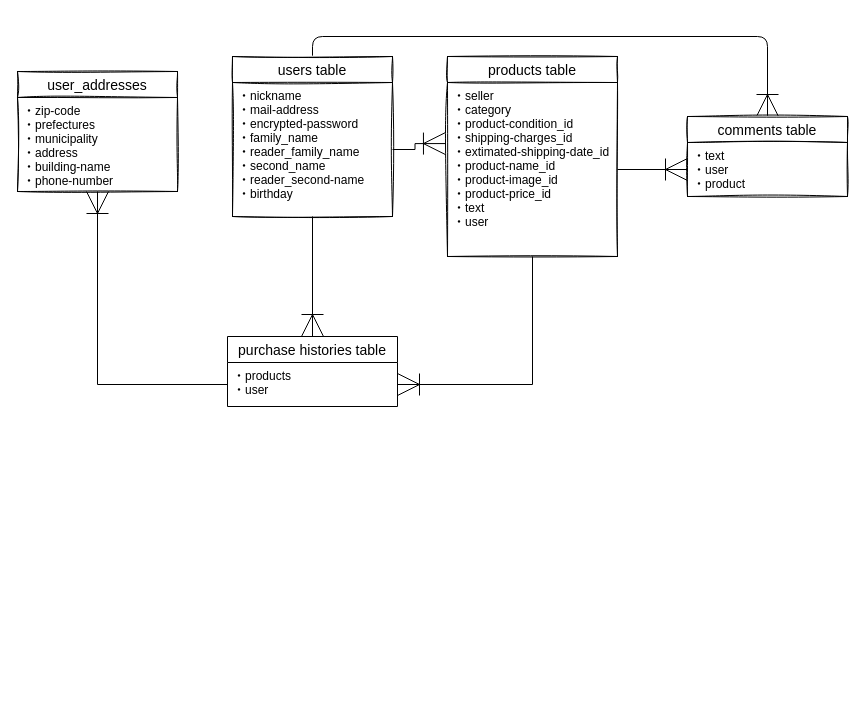
Earlier version of the draw.io diagram furima.dio (jaxzzxaj/furima-33994). Source tidied: cells renumbered, new cells numbered last; positions are measured from the earlier drawing's top-left corner, leaving out a move shared by most shapes. Both pictures are drawn from the tidied source at 100%, with x=0, y=0 at pixel (17, 56).
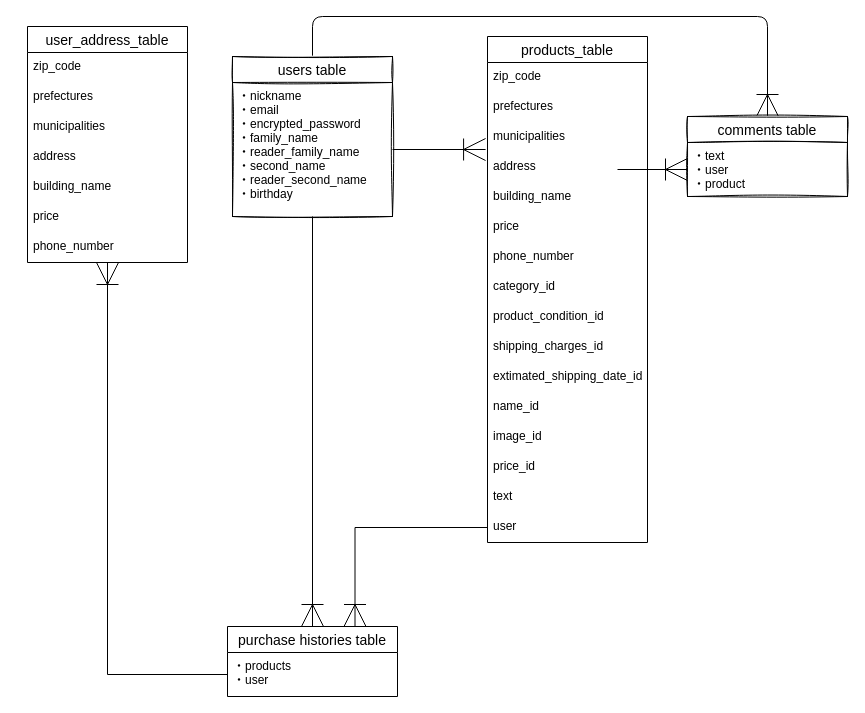
Above is the later version.

The change refers to these unchanged cells:
```xml
<mxCell id="3" value="users table" style="swimlane;fontStyle=0;horizontal=1;startSize=26;align=center;fontSize=14;rounded=0;sketch=1;" parent="1" vertex="1">
  <mxGeometry x="215" width="160" height="160" as="geometry" />
</mxCell>
<mxCell id="7" value="comments table" style="swimlane;fontStyle=0;horizontal=1;startSize=26;align=center;fontSize=14;rounded=0;sketch=1;" parent="1" vertex="1">
  <mxGeometry x="670" y="60" width="160" height="80" as="geometry" />
</mxCell>
<mxCell id="8" value="・text&#10;・user&#10;・product&#10;" style="text;strokeColor=none;fillColor=none;spacingLeft=4;spacingRight=4;overflow=hidden;points=[[0,0.5],[1,0.5]];portConstraint=eastwest;fontSize=12;sketch=0;shadow=0;" parent="7" vertex="1">
  <mxGeometry y="26" width="160" height="54" as="geometry" />
</mxCell>
<mxCell id="14" value="・products&#10;・user" style="text;strokeColor=none;fillColor=none;spacingLeft=4;spacingRight=4;overflow=hidden;points=[[0,0.5],[1,0.5]];portConstraint=eastwest;fontSize=12;" parent="13" vertex="1">
  <mxGeometry y="26" width="170" height="44" as="geometry" />
</mxCell>
```

The edit, as a diff of the source:
```diff
@@
     <mxCell id="2" style="edgeStyle=orthogonalEdgeStyle;rounded=1;sketch=0;jettySize=auto;html=1;exitX=0.5;exitY=0;exitDx=0;exitDy=0;entryX=0.5;entryY=0;entryDx=0;entryDy=0;startSize=20;endArrow=ERoneToMany;endFill=0;endSize=20;" parent="1" edge="1" source="3" target="7">
-      <mxGeometry relative="1" as="geometry" />
+      <mxGeometry relative="1" as="geometry">
+        <Array as="points">
+          <mxPoint x="295" y="-40" />
+          <mxPoint x="750" y="-40" />
+        </Array>
+      </mxGeometry>
     </mxCell>
@@
-    <mxCell id="4" value="・nickname&#10;・mail-address&#10;・encrypted-password&#10;・family_name&#10;・reader_family_name&#10;・second_name&#10;・reader_second-name&#10;・birthday&#10;" style="text;strokeColor=none;fillColor=none;spacingLeft=4;spacingRight=4;overflow=hidden;points=[[0,0.5],[1,0.5]];portConstraint=eastwest;fontSize=12;" parent="3" vertex="1">
+    <mxCell id="4" value="・nickname&#10;・email&#10;・encrypted_password&#10;・family_name&#10;・reader_family_name&#10;・second_name&#10;・reader_second_name&#10;・birthday&#10;" style="text;strokeColor=none;fillColor=none;spacingLeft=4;spacingRight=4;overflow=hidden;points=[[0,0.5],[1,0.5]];portConstraint=eastwest;fontSize=12;" parent="3" vertex="1">
       <mxGeometry y="26" width="160" height="134" as="geometry" />
     </mxCell>
-    <mxCell id="5" value="products table" style="swimlane;fontStyle=0;horizontal=1;startSize=26;align=center;fontSize=14;rounded=0;sketch=1;" parent="1" vertex="1">
-      <mxGeometry x="430" width="170" height="200" as="geometry" />
-    </mxCell>
-    <mxCell id="6" value="・seller&#10;・category&#10;・product-condition_id&#10;・shipping-charges_id&#10;・extimated-shipping-date_id&#10;・product-name_id&#10;・product-image_id&#10;・product-price_id&#10;・text&#10;・user" style="text;strokeColor=none;fillColor=none;spacingLeft=4;spacingRight=4;overflow=hidden;points=[[0,0.5],[1,0.5]];portConstraint=eastwest;fontSize=12;sketch=0;shadow=0;" parent="5" vertex="1">
-      <mxGeometry y="26" width="170" height="174" as="geometry" />
-    </mxCell>
@@
-    <mxCell id="9" value="user_addresses" style="swimlane;fontStyle=0;horizontal=1;startSize=26;align=center;fontSize=14;rounded=0;sketch=1;" parent="1" vertex="1">
-      <mxGeometry y="15" width="160" height="120" as="geometry" />
-    </mxCell>
-    <mxCell id="10" value="・zip-code&#10;・prefectures&#10;・municipality&#10;・address&#10;・building-name&#10;・phone-number&#10;" style="text;strokeColor=none;fillColor=none;spacingLeft=4;spacingRight=4;overflow=hidden;fontSize=12;sketch=0;shadow=0;" parent="9" vertex="1">
-      <mxGeometry y="26" width="160" height="94" as="geometry" />
-    </mxCell>
-    <mxCell id="11" style="edgeStyle=none;rounded=1;sketch=0;jettySize=auto;html=1;exitX=1;exitY=0.5;exitDx=0;exitDy=0;endArrow=ERoneToMany;endFill=0;endSize=20;" parent="1" edge="1" source="6" target="8">
-      <mxGeometry relative="1" as="geometry" />
+    <mxCell id="11" style="edgeStyle=none;rounded=1;sketch=0;jettySize=auto;html=1;exitX=1;exitY=0.5;exitDx=0;exitDy=0;endArrow=ERoneToMany;endFill=0;endSize=20;" parent="1" edge="1" target="8">
+      <mxGeometry relative="1" as="geometry">
+        <mxPoint x="600" y="113" as="sourcePoint" />
+      </mxGeometry>
     </mxCell>
@@
     <mxCell id="13" value="purchase histories table" style="swimlane;fontStyle=0;horizontal=1;startSize=26;align=center;fontSize=14;" parent="1" vertex="1">
-      <mxGeometry x="210" y="280" width="170" height="70" as="geometry" />
+      <mxGeometry x="210" y="570" width="170" height="70" as="geometry" />
     </mxCell>
@@
-    <mxCell id="15" style="edgeStyle=orthogonalEdgeStyle;rounded=0;jettySize=auto;html=1;exitX=1;exitY=0.5;exitDx=0;exitDy=0;entryX=-0.012;entryY=0.351;entryDx=0;entryDy=0;entryPerimeter=0;endSize=20;endArrow=ERoneToMany;endFill=0;" parent="1" edge="1" source="4" target="6">
+    <mxCell id="15" style="edgeStyle=orthogonalEdgeStyle;rounded=0;jettySize=auto;html=1;exitX=1;exitY=0.5;exitDx=0;exitDy=0;entryX=-0.012;entryY=-0.1;entryDx=0;entryDy=0;entryPerimeter=0;endSize=20;endArrow=ERoneToMany;endFill=0;" parent="1" edge="1" source="4" target="31">
       <mxGeometry relative="1" as="geometry" />
     </mxCell>
-    <mxCell id="16" style="edgeStyle=orthogonalEdgeStyle;rounded=0;jettySize=auto;html=1;endArrow=ERoneToMany;endFill=0;endSize=20;entryX=1;entryY=0.5;entryDx=0;entryDy=0;" parent="1" edge="1" source="5" target="14">
-      <mxGeometry relative="1" as="geometry" />
-    </mxCell>
-    <mxCell id="17" style="edgeStyle=orthogonalEdgeStyle;rounded=0;jettySize=auto;html=1;exitX=0;exitY=0.5;exitDx=0;exitDy=0;endArrow=ERoneToMany;endFill=0;endSize=20;" parent="1" edge="1" source="14" target="9">
-      <mxGeometry relative="1" as="geometry" />
-    </mxCell>
+    <mxCell id="18" value="user_address_table" style="swimlane;fontStyle=0;horizontal=1;startSize=26;align=center;fontSize=14;" parent="1" vertex="1">
+      <mxGeometry x="10" y="-30" width="160" height="236" as="geometry" />
+    </mxCell>
+    <mxCell id="19" value="zip_code" style="text;strokeColor=none;fillColor=none;spacingLeft=4;spacingRight=4;overflow=hidden;fontSize=12;" parent="18" vertex="1">
+      <mxGeometry y="26" width="160" height="30" as="geometry" />
+    </mxCell>
+    <mxCell id="20" value="prefectures" style="text;strokeColor=none;fillColor=none;spacingLeft=4;spacingRight=4;overflow=hidden;fontSize=12;" parent="18" vertex="1">
+      <mxGeometry y="56" width="160" height="30" as="geometry" />
+    </mxCell>
+    <mxCell id="21" value="municipalities" style="text;strokeColor=none;fillColor=none;spacingLeft=4;spacingRight=4;overflow=hidden;fontSize=12;" parent="18" vertex="1">
+      <mxGeometry y="86" width="160" height="30" as="geometry" />
+    </mxCell>
+    <mxCell id="22" value="address" style="text;strokeColor=none;fillColor=none;spacingLeft=4;spacingRight=4;overflow=hidden;fontSize=12;" parent="18" vertex="1">
+      <mxGeometry y="116" width="160" height="30" as="geometry" />
+    </mxCell>
+    <mxCell id="23" value="building_name" style="text;strokeColor=none;fillColor=none;spacingLeft=4;spacingRight=4;overflow=hidden;fontSize=12;" parent="18" vertex="1">
+      <mxGeometry y="146" width="160" height="30" as="geometry" />
+    </mxCell>
+    <mxCell id="24" value="price" style="text;strokeColor=none;fillColor=none;spacingLeft=4;spacingRight=4;overflow=hidden;fontSize=12;" parent="18" vertex="1">
+      <mxGeometry y="176" width="160" height="30" as="geometry" />
+    </mxCell>
+    <mxCell id="25" value="phone_number" style="text;strokeColor=none;fillColor=none;spacingLeft=4;spacingRight=4;overflow=hidden;fontSize=12;" parent="18" vertex="1">
+      <mxGeometry y="206" width="160" height="30" as="geometry" />
+    </mxCell>
+    <mxCell id="26" style="edgeStyle=orthogonalEdgeStyle;rounded=0;jettySize=auto;html=1;exitX=0;exitY=0.5;exitDx=0;exitDy=0;endArrow=ERoneToMany;endFill=0;endSize=20;" parent="1" edge="1" source="14" target="18">
+      <mxGeometry relative="1" as="geometry" />
+    </mxCell>
+    <mxCell id="27" value="products_table" style="swimlane;fontStyle=0;horizontal=1;startSize=26;align=center;fontSize=14;" parent="1" vertex="1">
+      <mxGeometry x="470" y="-20" width="160" height="506" as="geometry" />
+    </mxCell>
+    <mxCell id="28" value="zip_code" style="text;strokeColor=none;fillColor=none;spacingLeft=4;spacingRight=4;overflow=hidden;fontSize=12;" parent="27" vertex="1">
+      <mxGeometry y="26" width="160" height="30" as="geometry" />
+    </mxCell>
+    <mxCell id="29" value="prefectures" style="text;strokeColor=none;fillColor=none;spacingLeft=4;spacingRight=4;overflow=hidden;fontSize=12;" parent="27" vertex="1">
+      <mxGeometry y="56" width="160" height="30" as="geometry" />
+    </mxCell>
+    <mxCell id="30" value="municipalities" style="text;strokeColor=none;fillColor=none;spacingLeft=4;spacingRight=4;overflow=hidden;fontSize=12;" parent="27" vertex="1">
+      <mxGeometry y="86" width="160" height="30" as="geometry" />
+    </mxCell>
+    <mxCell id="31" value="address" style="text;strokeColor=none;fillColor=none;spacingLeft=4;spacingRight=4;overflow=hidden;points=[[0,0.5],[1,0.5]];portConstraint=eastwest;fontSize=12;" parent="27" vertex="1">
+      <mxGeometry y="116" width="160" height="30" as="geometry" />
+    </mxCell>
+    <mxCell id="32" value="building_name" style="text;strokeColor=none;fillColor=none;spacingLeft=4;spacingRight=4;overflow=hidden;fontSize=12;" parent="27" vertex="1">
+      <mxGeometry y="146" width="160" height="30" as="geometry" />
+    </mxCell>
+    <mxCell id="33" value="price" style="text;strokeColor=none;fillColor=none;spacingLeft=4;spacingRight=4;overflow=hidden;fontSize=12;" parent="27" vertex="1">
+      <mxGeometry y="176" width="160" height="30" as="geometry" />
+    </mxCell>
+    <mxCell id="34" value="phone_number" style="text;strokeColor=none;fillColor=none;spacingLeft=4;spacingRight=4;overflow=hidden;fontSize=12;" parent="27" vertex="1">
+      <mxGeometry y="206" width="160" height="30" as="geometry" />
+    </mxCell>
+    <mxCell id="35" value="category_id" style="text;strokeColor=none;fillColor=none;spacingLeft=4;spacingRight=4;overflow=hidden;fontSize=12;" parent="27" vertex="1">
+      <mxGeometry y="236" width="160" height="30" as="geometry" />
+    </mxCell>
+    <mxCell id="36" value="product_condition_id" style="text;strokeColor=none;fillColor=none;spacingLeft=4;spacingRight=4;overflow=hidden;fontSize=12;" parent="27" vertex="1">
+      <mxGeometry y="266" width="160" height="30" as="geometry" />
+    </mxCell>
+    <mxCell id="37" value="shipping_charges_id" style="text;strokeColor=none;fillColor=none;spacingLeft=4;spacingRight=4;overflow=hidden;fontSize=12;" parent="27" vertex="1">
+      <mxGeometry y="296" width="160" height="30" as="geometry" />
+    </mxCell>
+    <mxCell id="38" value="extimated_shipping_date_id" style="text;strokeColor=none;fillColor=none;spacingLeft=4;spacingRight=4;overflow=hidden;fontSize=12;" parent="27" vertex="1">
+      <mxGeometry y="326" width="160" height="30" as="geometry" />
+    </mxCell>
+    <mxCell id="39" value="name_id" style="text;strokeColor=none;fillColor=none;spacingLeft=4;spacingRight=4;overflow=hidden;fontSize=12;" parent="27" vertex="1">
+      <mxGeometry y="356" width="160" height="30" as="geometry" />
+    </mxCell>
+    <mxCell id="40" value="image_id" style="text;strokeColor=none;fillColor=none;spacingLeft=4;spacingRight=4;overflow=hidden;fontSize=12;" parent="27" vertex="1">
+      <mxGeometry y="386" width="160" height="30" as="geometry" />
+    </mxCell>
+    <mxCell id="41" value="price_id" style="text;strokeColor=none;fillColor=none;spacingLeft=4;spacingRight=4;overflow=hidden;fontSize=12;" parent="27" vertex="1">
+      <mxGeometry y="416" width="160" height="30" as="geometry" />
+    </mxCell>
+    <mxCell id="42" value="text&#10;" style="text;strokeColor=none;fillColor=none;spacingLeft=4;spacingRight=4;overflow=hidden;fontSize=12;" parent="27" vertex="1">
+      <mxGeometry y="446" width="160" height="30" as="geometry" />
+    </mxCell>
+    <mxCell id="43" value="user" style="text;strokeColor=none;fillColor=none;spacingLeft=4;spacingRight=4;overflow=hidden;points=[[0,0.5],[1,0.5]];portConstraint=eastwest;fontSize=12;" parent="27" vertex="1">
+      <mxGeometry y="476" width="160" height="30" as="geometry" />
+    </mxCell>
+    <mxCell id="44" style="edgeStyle=orthogonalEdgeStyle;rounded=0;jettySize=auto;html=1;exitX=0;exitY=0.5;exitDx=0;exitDy=0;entryX=0.75;entryY=0;entryDx=0;entryDy=0;endArrow=ERoneToMany;endFill=0;endSize=20;" parent="1" edge="1" source="43" target="13">
+      <mxGeometry relative="1" as="geometry" />
+    </mxCell>
```
